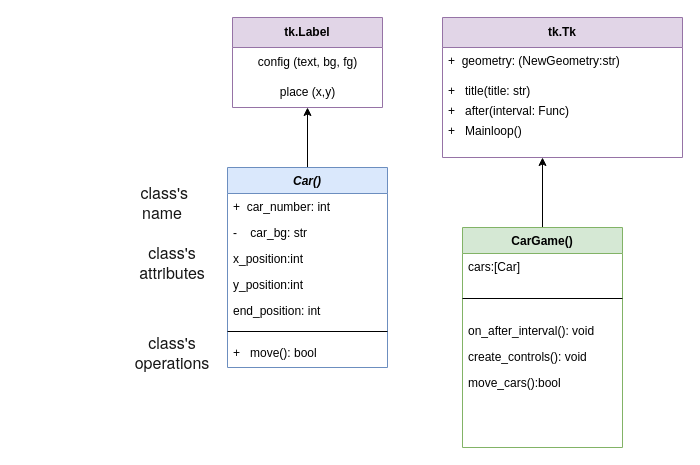
The draw.io diagram umlam.drawio in VictoriaJ4/VictoriaJ4, before the edit. Source tidied: cells renumbered, new cells numbered last; positions are measured from the earlier drawing's top-left corner, leaving out a move shared by most shapes. Both pictures are drawn from the tidied source at 100%, with x=0, y=0 at pixel (132, 17).
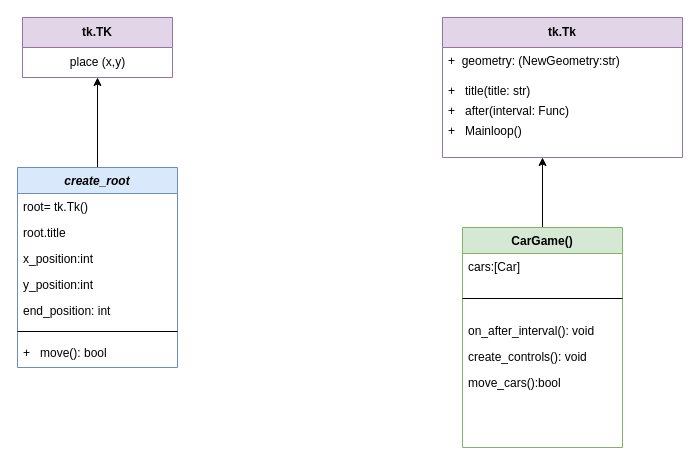
Above is the later version.

Diff of the diagram source:
```diff
@@
-    <mxCell id="3" value="Car()" style="swimlane;fontStyle=3;align=center;verticalAlign=top;horizontal=1;startSize=26;rounded=0;shadow=0;strokeWidth=1;fillColor=#dae8fc;strokeColor=#6c8ebf;" parent="1" vertex="1">
-      <mxGeometry x="95" y="150" width="160" height="200" as="geometry" />
+    <mxCell id="3" value="create_root" style="swimlane;fontStyle=3;align=center;verticalAlign=top;horizontal=1;startSize=26;rounded=0;shadow=0;strokeWidth=1;fillColor=#dae8fc;strokeColor=#6c8ebf;" parent="1" vertex="1">
+      <mxGeometry x="-115" y="150" width="160" height="200" as="geometry" />
     </mxCell>
-    <mxCell id="4" value="+  car_number: int" style="text;align=left;verticalAlign=top;spacingLeft=4;spacingRight=4;overflow=hidden;" parent="3" vertex="1">
+    <mxCell id="4" value="root= tk.Tk()" style="text;align=left;verticalAlign=top;spacingLeft=4;spacingRight=4;overflow=hidden;" parent="3" vertex="1">
       <mxGeometry y="26" width="160" height="26" as="geometry" />
     </mxCell>
-    <mxCell id="5" value="-    car_bg: str" style="text;align=left;verticalAlign=top;spacingLeft=4;spacingRight=4;overflow=hidden;rounded=0;shadow=0;html=0;" parent="3" vertex="1">
+    <mxCell id="5" value="root.title" style="text;align=left;verticalAlign=top;spacingLeft=4;spacingRight=4;overflow=hidden;rounded=0;shadow=0;html=0;" parent="3" vertex="1">
       <mxGeometry y="52" width="160" height="26" as="geometry" />
     </mxCell>
@@
-    <mxCell id="18" value="&lt;span style=&quot;color: rgb(22, 22, 22); font-family: &amp;quot;IBM Plex Sans&amp;quot;, &amp;quot;Helvetica Neue&amp;quot;, Arial, sans-serif; font-size: 16px; text-align: start; background-color: rgb(255, 255, 255);&quot;&gt;class's attributes&lt;/span&gt;" style="text;html=1;align=center;verticalAlign=middle;whiteSpace=wrap;rounded=0;" parent="1" vertex="1">
-      <mxGeometry x="10" y="230" width="60" height="30" as="geometry" />
-    </mxCell>
-    <mxCell id="19" value="&lt;span style=&quot;color: rgb(22, 22, 22); font-family: &amp;quot;IBM Plex Sans&amp;quot;, &amp;quot;Helvetica Neue&amp;quot;, Arial, sans-serif; font-size: 16px; text-align: start; background-color: rgb(255, 255, 255);&quot;&gt;class's operations&lt;/span&gt;" style="text;html=1;align=center;verticalAlign=middle;whiteSpace=wrap;rounded=0;" parent="1" vertex="1">
-      <mxGeometry x="10" y="320" width="60" height="30" as="geometry" />
-    </mxCell>
-    <mxCell id="20" value="&lt;span style=&quot;color: rgb(22, 22, 22); font-family: &amp;quot;IBM Plex Sans&amp;quot;, &amp;quot;Helvetica Neue&amp;quot;, Arial, sans-serif; font-size: 16px; text-align: start; background-color: rgb(255, 255, 255);&quot;&gt;&amp;nbsp;class's name&lt;/span&gt;" style="text;html=1;align=center;verticalAlign=middle;whiteSpace=wrap;rounded=0;" parent="1" vertex="1">
-      <mxGeometry y="170" width="60" height="30" as="geometry" />
-    </mxCell>
@@
-    <mxCell id="26" value="&lt;b&gt;tk.Label&lt;/b&gt;" style="swimlane;fontStyle=0;horizontal=1;startSize=30;whiteSpace=wrap;html=1;fillColor=#e1d5e7;strokeColor=#9673a6;" parent="1" vertex="1">
-      <mxGeometry x="100" width="150" height="90" as="geometry" />
+    <mxCell id="26" value="&lt;b&gt;tk.TK&lt;/b&gt;" style="swimlane;fontStyle=0;horizontal=1;startSize=30;whiteSpace=wrap;html=1;fillColor=#e1d5e7;strokeColor=#9673a6;" parent="1" vertex="1">
+      <mxGeometry x="-110" width="150" height="60" as="geometry" />
     </mxCell>
-    <mxCell id="27" value="config (text, bg, fg)" style="text;html=1;align=center;verticalAlign=middle;strokeColor=none;fillColor=none;" parent="26" vertex="1">
-      <mxGeometry y="30" width="150" height="30" as="geometry" />
-    </mxCell>
     <mxCell id="28" value="place (x,y)" style="text;html=1;align=center;verticalAlign=middle;strokeColor=none;fillColor=none;" parent="26" vertex="1">
-      <mxGeometry y="60" width="150" height="30" as="geometry" />
+      <mxGeometry y="30" width="150" height="30" as="geometry" />
     </mxCell>
```
